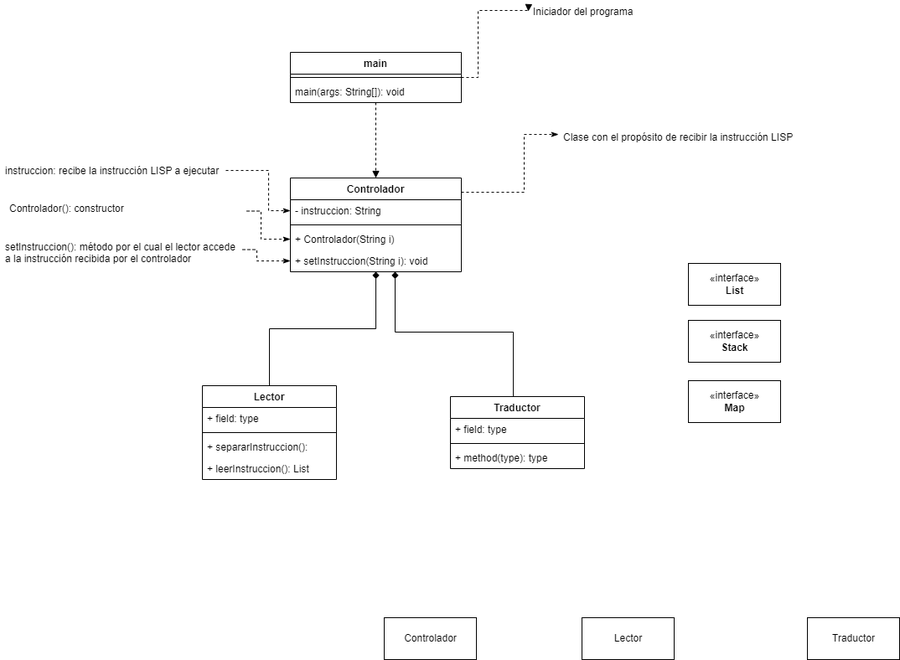
angelargd8/Proyecto-1-Estuctura keeps this draw.io diagram as Fase 1/Diagramas-Fase1.png. Above is the earlier version. Source tidied: cells renumbered, new cells last; positions are measured from the earlier drawing's top-left corner, leaving out a move shared by most shapes.
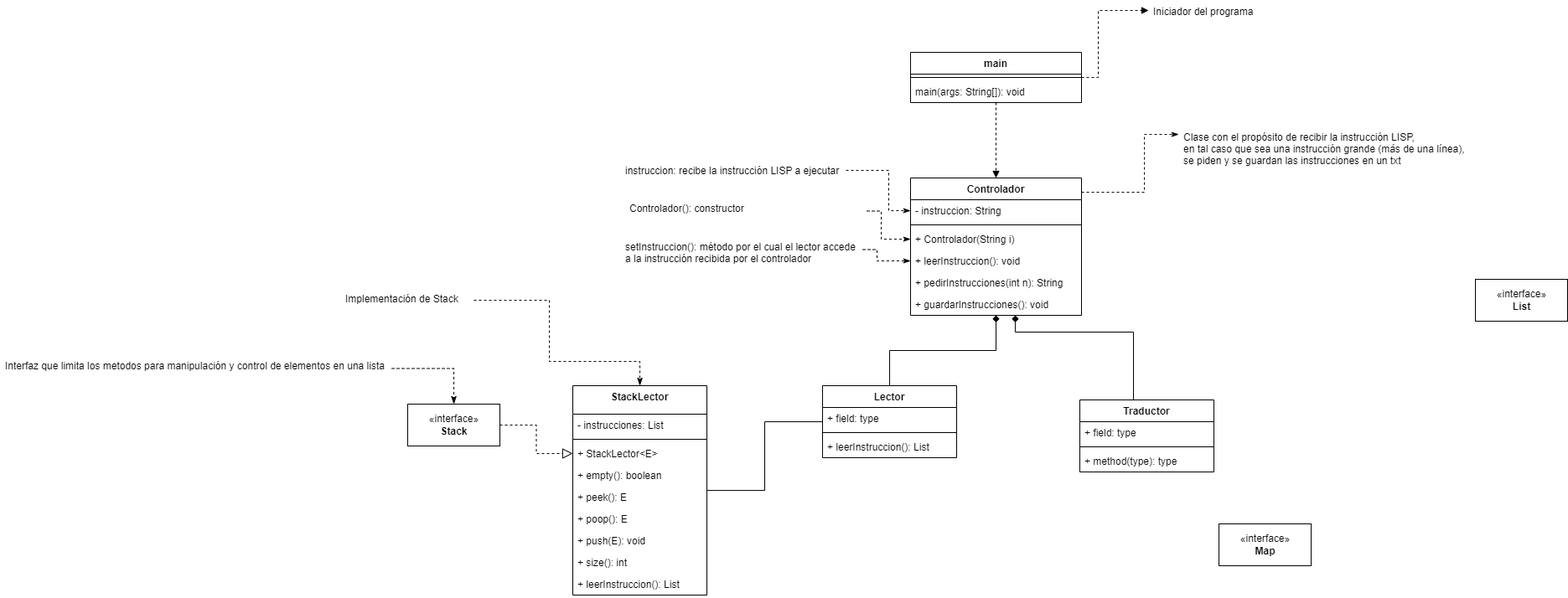
The same file after the commit.

Change to the diagram source:
```diff
@@ -3,23 +3,17 @@
     <mxCell id="0" />
     <mxCell id="1" parent="0" />
     <mxCell id="2" value="«interface»&lt;br&gt;&lt;b&gt;Map&lt;/b&gt;" style="html=1;" parent="1" vertex="1">
-      <mxGeometry x="821" y="454" width="110" height="50" as="geometry" />
+      <mxGeometry x="714" y="625" width="110" height="50" as="geometry" />
     </mxCell>
     <mxCell id="3" value="«interface»&lt;br&gt;&lt;b&gt;List&lt;/b&gt;" style="html=1;" parent="1" vertex="1">
-      <mxGeometry x="821" y="314" width="110" height="50" as="geometry" />
+      <mxGeometry x="1020" y="333" width="110" height="50" as="geometry" />
     </mxCell>
+    <mxCell id="38" style="edgeStyle=orthogonalEdgeStyle;rounded=0;jettySize=auto;html=1;entryX=0;entryY=0.5;entryDx=0;entryDy=0;dashed=1;strokeColor=default;endArrow=block;endFill=0;endSize=10;" parent="1" edge="1" source="4" target="45">
+      <mxGeometry relative="1" as="geometry" />
+    </mxCell>
     <mxCell id="4" value="«interface»&lt;br&gt;&lt;b&gt;Stack&lt;/b&gt;" style="html=1;" parent="1" vertex="1">
-      <mxGeometry x="821" y="382" width="110" height="50" as="geometry" />
+      <mxGeometry x="-254" y="482" width="110" height="50" as="geometry" />
     </mxCell>
-    <mxCell id="5" value="Controlador" style="html=1;" parent="1" vertex="1">
-      <mxGeometry x="458" y="737" width="110" height="50" as="geometry" />
-    </mxCell>
-    <mxCell id="6" value="Lector" style="html=1;" parent="1" vertex="1">
-      <mxGeometry x="694" y="737" width="110" height="50" as="geometry" />
-    </mxCell>
-    <mxCell id="7" value="Traductor" style="html=1;" parent="1" vertex="1">
-      <mxGeometry x="963" y="737" width="110" height="50" as="geometry" />
-    </mxCell>
     <mxCell id="8" style="edgeStyle=orthogonalEdgeStyle;rounded=0;jettySize=auto;html=1;dashed=1;strokeColor=default;endArrow=classicThin;endFill=1;" parent="1" edge="1" source="9" target="36">
       <mxGeometry relative="1" as="geometry">
         <Array as="points">
@@ -29,7 +23,7 @@
       </mxGeometry>
     </mxCell>
     <mxCell id="9" value="Controlador" style="swimlane;fontStyle=1;align=center;verticalAlign=top;horizontal=1;startSize=26;" parent="1" vertex="1">
-      <mxGeometry x="346" y="212" width="204" height="112" as="geometry" />
+      <mxGeometry x="346" y="212" width="204" height="164" as="geometry" />
     </mxCell>
     <mxCell id="10" value="- instruccion: String" style="text;strokeColor=none;fillColor=none;align=left;verticalAlign=top;spacingLeft=4;spacingRight=4;overflow=hidden;points=[[0,0.5],[1,0.5]];portConstraint=eastwest;" parent="9" vertex="1">
       <mxGeometry y="26" width="204" height="26" as="geometry" />
@@ -40,14 +34,20 @@
     <mxCell id="12" value="+ Controlador(String i)" style="text;strokeColor=none;fillColor=none;align=left;verticalAlign=top;spacingLeft=4;spacingRight=4;overflow=hidden;points=[[0,0.5],[1,0.5]];portConstraint=eastwest;" parent="9" vertex="1">
       <mxGeometry y="60" width="204" height="26" as="geometry" />
     </mxCell>
-    <mxCell id="13" value="+ setInstruccion(String i): void" style="text;strokeColor=none;fillColor=none;align=left;verticalAlign=top;spacingLeft=4;spacingRight=4;overflow=hidden;points=[[0,0.5],[1,0.5]];portConstraint=eastwest;" parent="9" vertex="1">
+    <mxCell id="13" value="+ leerInstruccion(): void" style="text;strokeColor=none;fillColor=none;align=left;verticalAlign=top;spacingLeft=4;spacingRight=4;overflow=hidden;points=[[0,0.5],[1,0.5]];portConstraint=eastwest;" parent="9" vertex="1">
       <mxGeometry y="86" width="204" height="26" as="geometry" />
     </mxCell>
+    <mxCell id="39" value="+ pedirInstrucciones(int n): String" style="text;strokeColor=none;fillColor=none;align=left;verticalAlign=top;spacingLeft=4;spacingRight=4;overflow=hidden;" parent="9" vertex="1">
+      <mxGeometry y="112" width="204" height="26" as="geometry" />
+    </mxCell>
+    <mxCell id="40" value="+ guardarInstrucciones(): void" style="text;strokeColor=none;fillColor=none;align=left;verticalAlign=top;spacingLeft=4;spacingRight=4;overflow=hidden;" parent="9" vertex="1">
+      <mxGeometry y="138" width="204" height="26" as="geometry" />
+    </mxCell>
     <mxCell id="14" style="edgeStyle=orthogonalEdgeStyle;rounded=0;jettySize=auto;html=1;strokeColor=default;endArrow=diamond;endFill=1;" parent="1" edge="1" source="15" target="9">
       <mxGeometry relative="1" as="geometry" />
     </mxCell>
     <mxCell id="15" value="Lector" style="swimlane;fontStyle=1;align=center;verticalAlign=top;horizontal=1;startSize=26;" parent="1" vertex="1">
-      <mxGeometry x="241" y="460" width="160" height="112" as="geometry" />
+      <mxGeometry x="241" y="460" width="160" height="86" as="geometry" />
     </mxCell>
     <mxCell id="16" value="+ field: type" style="text;strokeColor=none;fillColor=none;align=left;verticalAlign=top;spacingLeft=4;spacingRight=4;overflow=hidden;" parent="15" vertex="1">
       <mxGeometry y="26" width="160" height="26" as="geometry" />
@@ -55,11 +55,8 @@
     <mxCell id="17" style="line;strokeWidth=1;fillColor=none;align=left;verticalAlign=middle;spacingTop=-1;spacingLeft=3;spacingRight=3;labelPosition=right;strokeColor=inherit;" parent="15" vertex="1">
       <mxGeometry y="52" width="160" height="8" as="geometry" />
     </mxCell>
-    <mxCell id="18" value="+ separarInstruccion(): " style="text;strokeColor=none;fillColor=none;align=left;verticalAlign=top;spacingLeft=4;spacingRight=4;overflow=hidden;" parent="15" vertex="1">
-      <mxGeometry y="60" width="160" height="26" as="geometry" />
-    </mxCell>
     <mxCell id="19" value="+ leerInstruccion(): List" style="text;strokeColor=none;fillColor=none;align=left;verticalAlign=top;spacingLeft=4;spacingRight=4;overflow=hidden;" parent="15" vertex="1">
-      <mxGeometry y="86" width="160" height="26" as="geometry" />
+      <mxGeometry y="60" width="160" height="26" as="geometry" />
     </mxCell>
     <mxCell id="20" style="edgeStyle=orthogonalEdgeStyle;rounded=0;jettySize=auto;html=1;strokeColor=default;endArrow=diamond;endFill=1;" parent="1" edge="1" source="21" target="9">
       <mxGeometry relative="1" as="geometry">
@@ -70,7 +67,7 @@
       </mxGeometry>
     </mxCell>
     <mxCell id="21" value="Traductor" style="swimlane;fontStyle=1;align=center;verticalAlign=top;horizontal=1;startSize=26;" parent="1" vertex="1">
-      <mxGeometry x="537" y="473" width="160" height="86" as="geometry" />
+      <mxGeometry x="548" y="477" width="160" height="86" as="geometry" />
     </mxCell>
     <mxCell id="22" value="+ field: type" style="text;strokeColor=none;fillColor=none;align=left;verticalAlign=top;spacingLeft=4;spacingRight=4;overflow=hidden;" parent="21" vertex="1">
       <mxGeometry y="26" width="160" height="26" as="geometry" />
@@ -134,11 +131,62 @@
     <mxCell id="35" value="main(args: String[]): void" style="text;strokeColor=none;fillColor=none;align=left;verticalAlign=top;spacingLeft=4;spacingRight=4;overflow=hidden;" parent="33" vertex="1">
       <mxGeometry y="34" width="204" height="26" as="geometry" />
     </mxCell>
-    <mxCell id="36" value="Clase con el propósito de recibir la instrucción LISP" style="text;strokeColor=none;fillColor=none;align=left;verticalAlign=top;spacingLeft=4;spacingRight=4;overflow=hidden;points=[[0,0.5],[1,0.5]];portConstraint=eastwest;" parent="1" vertex="1">
-      <mxGeometry x="666" y="150" width="290" height="26" as="geometry" />
+    <mxCell id="36" value="Clase con el propósito de recibir la instrucción LISP, &#10;en tal caso que sea una instrucción grande (más de una línea), &#10;se piden y se guardan las instrucciones en un txt" style="text;strokeColor=none;fillColor=none;align=left;verticalAlign=top;spacingLeft=4;spacingRight=4;overflow=hidden;points=[[0,0.5],[1,0.5]];portConstraint=eastwest;" parent="1" vertex="1">
+      <mxGeometry x="666" y="150" width="347" height="52" as="geometry" />
     </mxCell>
     <mxCell id="37" value="Iniciador del programa" style="text;strokeColor=none;fillColor=none;align=left;verticalAlign=top;spacingLeft=4;spacingRight=4;overflow=hidden;points=[[0,0.5],[1,0.5]];portConstraint=eastwest;" parent="1" vertex="1">
       <mxGeometry x="630" width="290" height="26" as="geometry" />
     </mxCell>
+    <mxCell id="41" style="edgeStyle=orthogonalEdgeStyle;rounded=0;jettySize=auto;html=1;strokeColor=default;strokeWidth=1;endArrow=none;endFill=0;endSize=10;" parent="1" edge="1" source="42" target="15">
+      <mxGeometry relative="1" as="geometry" />
+    </mxCell>
+    <mxCell id="42" value="StackLector" style="swimlane;fontStyle=1;align=center;verticalAlign=top;horizontal=1;startSize=34;" parent="1" vertex="1">
+      <mxGeometry x="-57" y="460" width="160" height="250" as="geometry" />
+    </mxCell>
+    <mxCell id="43" value="- instrucciones: List" style="text;strokeColor=none;fillColor=none;align=left;verticalAlign=top;spacingLeft=4;spacingRight=4;overflow=hidden;" parent="42" vertex="1">
+      <mxGeometry y="34" width="160" height="26" as="geometry" />
+    </mxCell>
+    <mxCell id="44" style="line;strokeWidth=1;fillColor=none;align=left;verticalAlign=middle;spacingTop=-1;spacingLeft=3;spacingRight=3;labelPosition=right;strokeColor=inherit;" parent="42" vertex="1">
+      <mxGeometry y="60" width="160" height="8" as="geometry" />
+    </mxCell>
+    <mxCell id="45" value="+ StackLector&lt;E&gt;" style="text;strokeColor=none;fillColor=none;align=left;verticalAlign=top;spacingLeft=4;spacingRight=4;overflow=hidden;points=[[0,0.5],[1,0.5]];portConstraint=eastwest;" parent="42" vertex="1">
+      <mxGeometry y="68" width="160" height="26" as="geometry" />
+    </mxCell>
+    <mxCell id="46" value="+ empty(): boolean" style="text;strokeColor=none;fillColor=none;align=left;verticalAlign=top;spacingLeft=4;spacingRight=4;overflow=hidden;" parent="42" vertex="1">
+      <mxGeometry y="94" width="160" height="26" as="geometry" />
+    </mxCell>
+    <mxCell id="47" value="+ peek(): E" style="text;strokeColor=none;fillColor=none;align=left;verticalAlign=top;spacingLeft=4;spacingRight=4;overflow=hidden;" parent="42" vertex="1">
+      <mxGeometry y="120" width="160" height="26" as="geometry" />
+    </mxCell>
+    <mxCell id="48" value="+ poop(): E" style="text;strokeColor=none;fillColor=none;align=left;verticalAlign=top;spacingLeft=4;spacingRight=4;overflow=hidden;" parent="42" vertex="1">
+      <mxGeometry y="146" width="160" height="26" as="geometry" />
+    </mxCell>
+    <mxCell id="49" value="+ push(E): void" style="text;strokeColor=none;fillColor=none;align=left;verticalAlign=top;spacingLeft=4;spacingRight=4;overflow=hidden;" parent="42" vertex="1">
+      <mxGeometry y="172" width="160" height="26" as="geometry" />
+    </mxCell>
+    <mxCell id="50" value="+ size(): int" style="text;strokeColor=none;fillColor=none;align=left;verticalAlign=top;spacingLeft=4;spacingRight=4;overflow=hidden;" parent="42" vertex="1">
+      <mxGeometry y="198" width="160" height="26" as="geometry" />
+    </mxCell>
+    <mxCell id="18" value="+ leerInstruccion(): List" style="text;strokeColor=none;fillColor=none;align=left;verticalAlign=top;spacingLeft=4;spacingRight=4;overflow=hidden;" parent="42" vertex="1">
+      <mxGeometry y="224" width="160" height="26" as="geometry" />
+    </mxCell>
+    <mxCell id="51" style="edgeStyle=orthogonalEdgeStyle;rounded=0;jettySize=auto;html=1;strokeColor=default;strokeWidth=1;endArrow=classicThin;endFill=1;endSize=7;dashed=1;" parent="1" edge="1" source="52" target="4">
+      <mxGeometry relative="1" as="geometry" />
+    </mxCell>
+    <mxCell id="52" value="Interfaz que limita los metodos para manipulación y control de elementos en una lista" style="text;strokeColor=none;fillColor=none;align=left;verticalAlign=top;spacingLeft=4;spacingRight=4;overflow=hidden;points=[[0,0.5],[1,0.5]];portConstraint=eastwest;" parent="1" vertex="1">
+      <mxGeometry x="-740" y="423" width="467" height="33" as="geometry" />
+    </mxCell>
+    <mxCell id="53" style="edgeStyle=orthogonalEdgeStyle;rounded=0;jettySize=auto;html=1;dashed=1;strokeColor=default;strokeWidth=1;endArrow=classicThin;endFill=1;endSize=7;" parent="1" edge="1" source="54" target="42">
+      <mxGeometry relative="1" as="geometry">
+        <Array as="points">
+          <mxPoint x="-85" y="358" />
+          <mxPoint x="-85" y="431" />
+          <mxPoint x="23" y="431" />
+        </Array>
+      </mxGeometry>
+    </mxCell>
+    <mxCell id="54" value="Implementación de Stack" style="text;strokeColor=none;fillColor=none;align=left;verticalAlign=top;spacingLeft=4;spacingRight=4;overflow=hidden;points=[[0,0.5],[1,0.5]];portConstraint=eastwest;" parent="1" vertex="1">
+      <mxGeometry x="-334" y="343" width="159" height="33" as="geometry" />
+    </mxCell>
   </root>
 </mxGraphModel>
```
